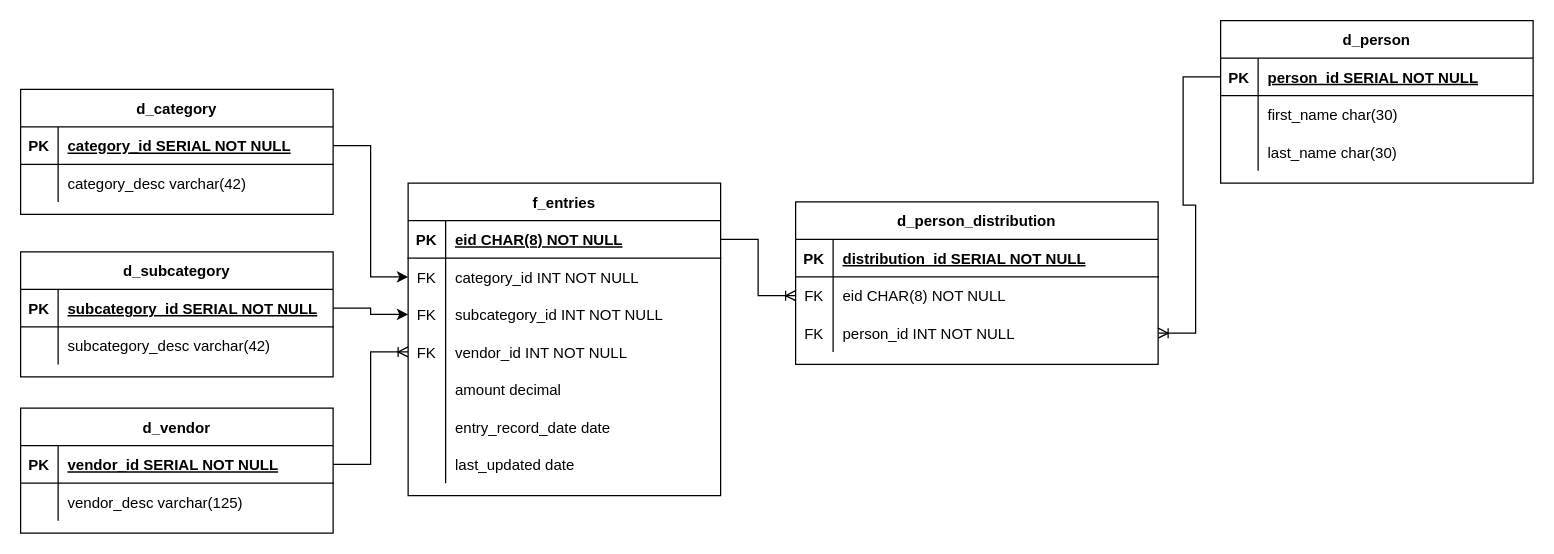
Before: diagram/finance_star_schema.drawio in fatteryacid/penny, a draw.io diagram. Source tidied: cells renumbered, new cells numbered last; positions are measured from the earlier drawing's top-left corner, leaving out a move shared by most shapes. Both pictures are drawn from the tidied source at 125%, with x=0, y=0 at pixel (20, 20).
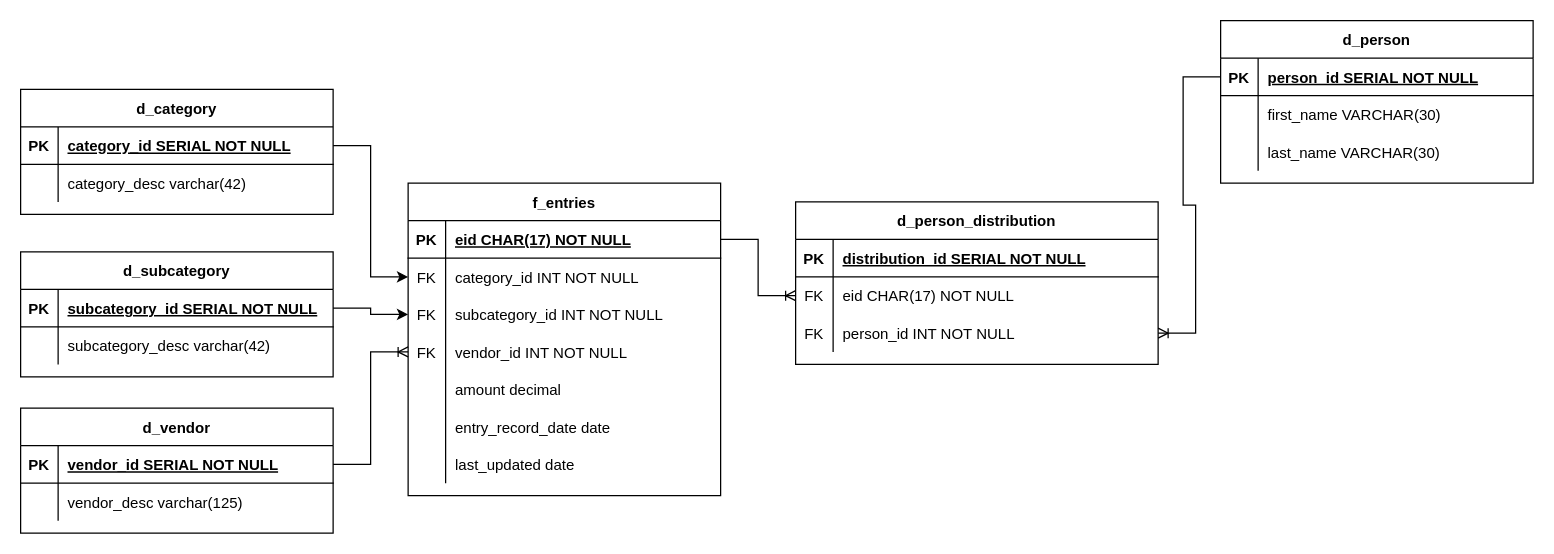
After the change.

Commit message (it also covers changes not shown here):
Update schema diagram

Unchanged cells that the change refers to:
```xml
<mxCell id="6" style="shape=partialRectangle;fillColor=none;top=0;left=0;right=0;bottom=0;" parent="2" vertex="1">
  <mxGeometry y="60" width="250" height="30" as="geometry" />
</mxCell>
<mxCell id="9" style="shape=partialRectangle;fillColor=none;top=0;left=0;right=0;bottom=0;" parent="2" vertex="1">
  <mxGeometry y="90" width="250" height="30" as="geometry" />
</mxCell>
<mxCell id="20" style="shape=partialRectangle;fillColor=none;points=[[0,0.5],[1,0.5]];portConstraint=eastwest;top=0;left=0;right=0;bottom=1;" parent="19" vertex="1">
  <mxGeometry y="30" width="250" height="30" as="geometry" />
</mxCell>
<mxCell id="59" style="shape=partialRectangle;fillColor=none;points=[[0,0.5],[1,0.5]];portConstraint=eastwest;top=0;left=0;right=0;bottom=0;" parent="55" vertex="1">
  <mxGeometry y="60" width="290" height="30" as="geometry" />
</mxCell>
```

Diff of the diagram source:
```diff
@@
-    <mxCell id="8" value="first_name char(30)" style="shape=partialRectangle;overflow=hidden;fillColor=none;top=0;left=0;bottom=0;right=0;align=left;spacingLeft=6;" parent="6" vertex="1">
+    <mxCell id="8" value="first_name VARCHAR(30)" style="shape=partialRectangle;overflow=hidden;fillColor=none;top=0;left=0;bottom=0;right=0;align=left;spacingLeft=6;" parent="6" vertex="1">
       <mxGeometry x="30" width="220" height="30" as="geometry" />
     </mxCell>
@@
-    <mxCell id="11" value="last_name char(30)" style="shape=partialRectangle;overflow=hidden;fillColor=none;top=0;left=0;bottom=0;right=0;align=left;spacingLeft=6;" parent="9" vertex="1">
+    <mxCell id="11" value="last_name VARCHAR(30)" style="shape=partialRectangle;overflow=hidden;fillColor=none;top=0;left=0;bottom=0;right=0;align=left;spacingLeft=6;" parent="9" vertex="1">
       <mxGeometry x="30" width="220" height="30" as="geometry" />
     </mxCell>
@@
-    <mxCell id="22" value="eid CHAR(8) NOT NULL" style="shape=partialRectangle;overflow=hidden;fillColor=none;top=0;left=0;bottom=0;right=0;align=left;spacingLeft=6;fontStyle=5;" parent="20" vertex="1">
+    <mxCell id="22" value="eid CHAR(17) NOT NULL" style="shape=partialRectangle;overflow=hidden;fillColor=none;top=0;left=0;bottom=0;right=0;align=left;spacingLeft=6;fontStyle=5;" parent="20" vertex="1">
       <mxGeometry x="30" width="220" height="30" as="geometry" />
     </mxCell>
@@
-    <mxCell id="61" value="eid CHAR(8) NOT NULL" style="shape=partialRectangle;overflow=hidden;fillColor=none;top=0;left=0;bottom=0;right=0;align=left;spacingLeft=6;" parent="59" vertex="1">
+    <mxCell id="61" value="eid CHAR(17) NOT NULL" style="shape=partialRectangle;overflow=hidden;fillColor=none;top=0;left=0;bottom=0;right=0;align=left;spacingLeft=6;" parent="59" vertex="1">
       <mxGeometry x="30" width="260" height="30" as="geometry" />
     </mxCell>
```
